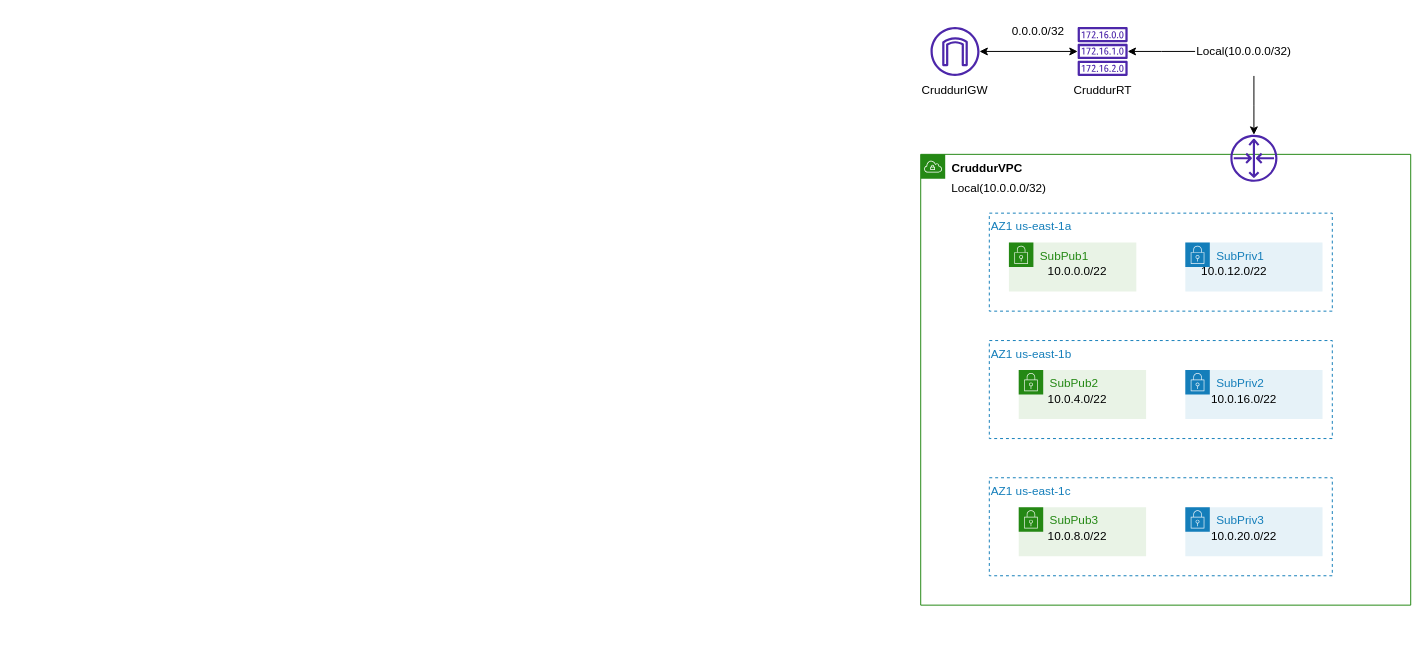
Before: aws/cfn/diagrams/CFN Network Layer.drawio in Rietta1/aws-bootcamp-cruddur-2023, a draw.io diagram. Source tidied: cells renumbered, new cells numbered last; positions are measured from the earlier drawing's top-left corner, leaving out a move shared by most shapes. Both pictures are drawn from the tidied source at 98%, with x=0, y=0 at pixel (906, 17).
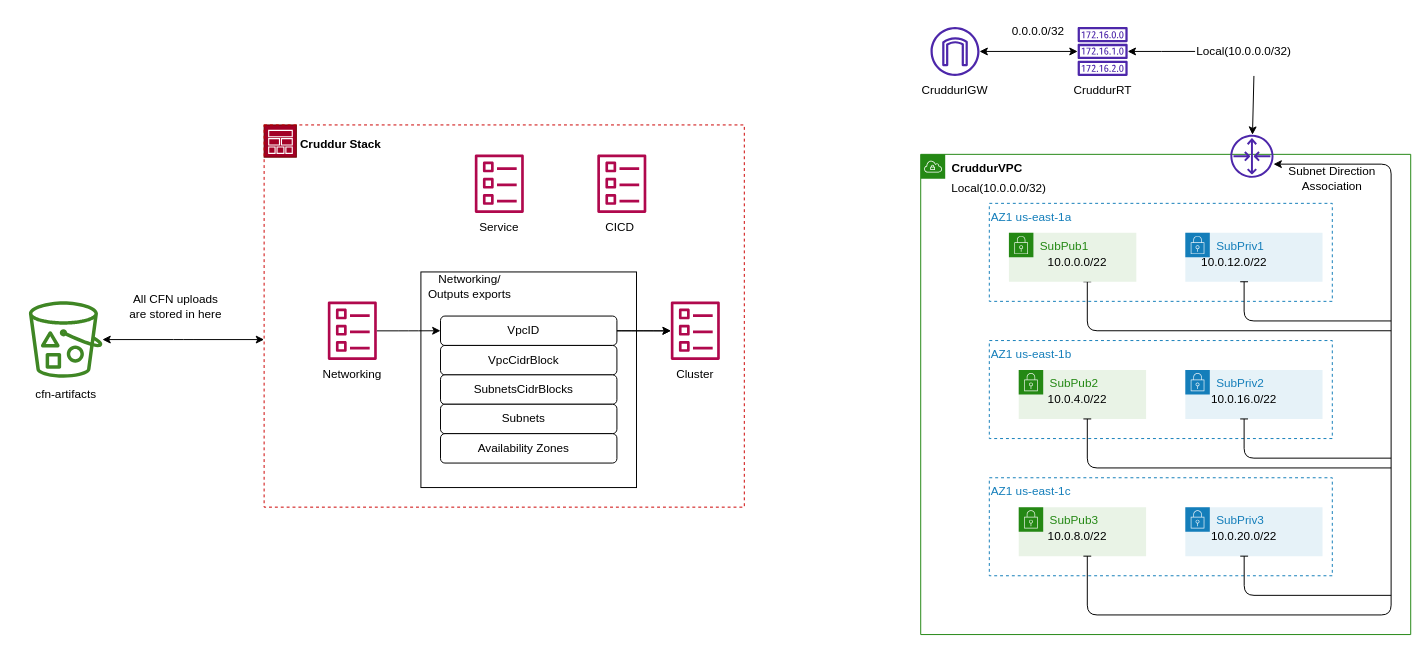
After the change.

Change to the diagram source:
```diff
@@
-    <mxCell id="2" value="AZ1 us-east-1a" style="fillColor=none;strokeColor=#147EBA;dashed=1;verticalAlign=top;fontStyle=0;fontColor=#147EBA;whiteSpace=wrap;html=1;align=left;" parent="1" vertex="1">
-      <mxGeometry x="85" y="200" width="350" height="100" as="geometry" />
-    </mxCell>
-    <mxCell id="3" value="SubPriv1" style="gradientColor=none;html=1;whiteSpace=wrap;fontSize=12;fontStyle=0;shape=mxgraph.aws4.group;grIcon=mxgraph.aws4.group_security_group;grStroke=0;strokeColor=#147EBA;fillColor=#E6F2F8;verticalAlign=top;align=left;spacingLeft=30;fontColor=#147EBA;dashed=0;" parent="1" vertex="1">
-      <mxGeometry x="285" y="230" width="140" height="50" as="geometry" />
-    </mxCell>
-    <mxCell id="4" style="edgeStyle=orthogonalEdgeStyle;rounded=0;orthogonalLoop=1;jettySize=auto;html=1;exitX=0.5;exitY=1;exitDx=0;exitDy=0;" parent="1" edge="1" source="2" target="2">
-      <mxGeometry relative="1" as="geometry" />
-    </mxCell>
+    <mxCell id="32" style="group;" parent="1" vertex="1">
+      <mxGeometry x="-655" y="110" width="490" height="390" as="geometry" />
+    </mxCell>
+    <mxCell id="33" style="group;" parent="32" vertex="1">
+      <mxGeometry width="35" height="39" as="geometry" />
+    </mxCell>
+    <mxCell id="34" style="whiteSpace=wrap;html=1;fillColor=#a20025;fontColor=#ffffff;strokeColor=#6F0000;" parent="33" vertex="1">
+      <mxGeometry width="32.9" height="32.9" as="geometry" />
+    </mxCell>
+    <mxCell id="35" style="sketch=0;dashed=0;verticalLabelPosition=bottom;verticalAlign=top;align=center;html=1;fontSize=12;fontStyle=0;shape=mxgraph.aws4.stack;fillColor=#FFFFFF;fontColor=#ffffff;strokeColor=#6F0000;" parent="33" vertex="1">
+      <mxGeometry x="4" y="4.9" width="25.4" height="24.7" as="geometry" />
+    </mxCell>
+    <mxCell id="36" style="group;" parent="32" vertex="1">
+      <mxGeometry width="490" height="390" as="geometry" />
+    </mxCell>
+    <mxCell id="37" style="fillColor=none;strokeColor=#CC0000;dashed=1;verticalAlign=top;fontStyle=0;fontColor=#5A6C86;whiteSpace=wrap;html=1;" parent="36" vertex="1">
+      <mxGeometry width="490" height="390" as="geometry" />
+    </mxCell>
+    <mxCell id="38" value="&lt;font style=&quot;font-size: 12px;&quot;&gt;&lt;b style=&quot;&quot;&gt;Cruddur Stack&lt;/b&gt;&lt;/font&gt;" style="text;strokeColor=none;align=left;fillColor=none;html=1;verticalAlign=middle;whiteSpace=wrap;rounded=0;" parent="36" vertex="1">
+      <mxGeometry x="35" y="4.9" width="87.5" height="29.2" as="geometry" />
+    </mxCell>
+    <mxCell id="39" style="whiteSpace=wrap;html=1;" parent="36" vertex="1">
+      <mxGeometry x="160" y="150" width="220" height="220" as="geometry" />
+    </mxCell>
+    <mxCell id="40" value="Networking/ Outputs exports" style="text;strokeColor=none;align=center;fillColor=none;html=1;verticalAlign=middle;whiteSpace=wrap;rounded=0;" parent="36" vertex="1">
+      <mxGeometry x="160" y="150" width="100" height="30" as="geometry" />
+    </mxCell>
-    <mxCell id="5" value="&lt;b&gt;&lt;font color=&quot;#000000&quot;&gt;CruddurVPC&lt;/font&gt;&lt;/b&gt;" style="gradientColor=none;html=1;whiteSpace=wrap;fontSize=12;fontStyle=0;shape=mxgraph.aws4.group;grIcon=mxgraph.aws4.group_vpc;strokeColor=#248814;fillColor=none;verticalAlign=top;align=left;spacingLeft=30;fontColor=#AAB7B8;dashed=0;" parent="1" vertex="1">
-      <mxGeometry x="15" y="140" width="500" height="460" as="geometry" />
+    <mxCell id="5" value="&lt;b&gt;&lt;font color=&quot;#000000&quot;&gt;CruddurVPC&lt;/font&gt;&lt;/b&gt;" style="gradientColor=none;html=1;whiteSpace=wrap;fontSize=12;fontStyle=0;shape=mxgraph.aws4.group;grIcon=mxgraph.aws4.group_vpc;strokeColor=#248814;fillColor=none;verticalAlign=top;align=left;spacingLeft=30;fontColor=#AAB7B8;dashed=0;rounded=0;" parent="1" vertex="1">
+      <mxGeometry x="15" y="140" width="500" height="490" as="geometry" />
     </mxCell>
-    <mxCell id="6" value="SubPub1" style="gradientColor=none;html=1;whiteSpace=wrap;fontSize=12;fontStyle=0;shape=mxgraph.aws4.group;grIcon=mxgraph.aws4.group_security_group;grStroke=0;strokeColor=#248814;fillColor=#E9F3E6;verticalAlign=top;align=left;spacingLeft=30;fontColor=#248814;dashed=0;" parent="5" vertex="1">
-      <mxGeometry x="90" y="90" width="130" height="50" as="geometry" />
-    </mxCell>
-    <mxCell id="7" value="10.0.12.0/22" style="text;strokeColor=none;align=center;fillColor=none;html=1;verticalAlign=middle;whiteSpace=wrap;rounded=0;" parent="5" vertex="1">
-      <mxGeometry x="280" y="110" width="80" height="20" as="geometry" />
-    </mxCell>
-    <mxCell id="8" value="AZ1 us-east-1b" style="fillColor=none;strokeColor=#147EBA;dashed=1;verticalAlign=top;fontStyle=0;fontColor=#147EBA;whiteSpace=wrap;html=1;align=left;" parent="5" vertex="1">
+    <mxCell id="8" value="AZ1 us-east-1b" style="fillColor=none;strokeColor=#147EBA;dashed=1;verticalAlign=top;fontStyle=0;fontColor=#147EBA;whiteSpace=wrap;html=1;align=left;rounded=0;" parent="5" vertex="1">
       <mxGeometry x="70" y="190" width="350" height="100" as="geometry" />
     </mxCell>
-    <mxCell id="9" value="SubPriv2" style="gradientColor=none;html=1;whiteSpace=wrap;fontSize=12;fontStyle=0;shape=mxgraph.aws4.group;grIcon=mxgraph.aws4.group_security_group;grStroke=0;strokeColor=#147EBA;fillColor=#E6F2F8;verticalAlign=top;align=left;spacingLeft=30;fontColor=#147EBA;dashed=0;" parent="5" vertex="1">
+    <mxCell id="9" value="SubPriv2" style="gradientColor=none;html=1;whiteSpace=wrap;fontSize=12;fontStyle=0;shape=mxgraph.aws4.group;grIcon=mxgraph.aws4.group_security_group;grStroke=0;strokeColor=#147EBA;fillColor=#E6F2F8;verticalAlign=top;align=left;spacingLeft=30;fontColor=#147EBA;dashed=0;rounded=0;" parent="5" vertex="1">
       <mxGeometry x="270" y="220" width="140" height="50" as="geometry" />
     </mxCell>
@@
-    <mxCell id="11" value="SubPub2" style="gradientColor=none;html=1;whiteSpace=wrap;fontSize=12;fontStyle=0;shape=mxgraph.aws4.group;grIcon=mxgraph.aws4.group_security_group;grStroke=0;strokeColor=#248814;fillColor=#E9F3E6;verticalAlign=top;align=left;spacingLeft=30;fontColor=#248814;dashed=0;" parent="5" vertex="1">
+    <mxCell id="11" value="SubPub2" style="gradientColor=none;html=1;whiteSpace=wrap;fontSize=12;fontStyle=0;shape=mxgraph.aws4.group;grIcon=mxgraph.aws4.group_security_group;grStroke=0;strokeColor=#248814;fillColor=#E9F3E6;verticalAlign=top;align=left;spacingLeft=30;fontColor=#248814;dashed=0;rounded=0;" parent="5" vertex="1">
       <mxGeometry x="100" y="220" width="130" height="50" as="geometry" />
     </mxCell>
@@
+    <mxCell id="41" style="edgeStyle=orthogonalEdgeStyle;orthogonalLoop=1;jettySize=auto;html=1;elbow=vertical;startArrow=baseDash;startFill=0;endArrow=none;endFill=0;" parent="5" edge="1">
+      <mxGeometry relative="1" as="geometry">
+        <mxPoint x="170" y="270" as="sourcePoint" />
+        <mxPoint x="480" y="320" as="targetPoint" />
+        <Array as="points">
+          <mxPoint x="170" y="320" />
+        </Array>
+      </mxGeometry>
+    </mxCell>
@@
-    <mxCell id="14" value="AZ1 us-east-1c" style="fillColor=none;strokeColor=#147EBA;dashed=1;verticalAlign=top;fontStyle=0;fontColor=#147EBA;whiteSpace=wrap;html=1;align=left;" parent="5" vertex="1">
+    <mxCell id="14" value="AZ1 us-east-1c" style="fillColor=none;strokeColor=#147EBA;dashed=1;verticalAlign=top;fontStyle=0;fontColor=#147EBA;whiteSpace=wrap;html=1;align=left;rounded=0;" parent="5" vertex="1">
       <mxGeometry x="70" y="330" width="350" height="100" as="geometry" />
     </mxCell>
-    <mxCell id="15" value="SubPriv3" style="points=[[0,0],[0.25,0],[0.5,0],[0.75,0],[1,0],[1,0.25],[1,0.5],[1,0.75],[1,1],[0.75,1],[0.5,1],[0.25,1],[0,1],[0,0.75],[0,0.5],[0,0.25]];outlineConnect=0;gradientColor=none;html=1;whiteSpace=wrap;fontSize=12;fontStyle=0;shape=mxgraph.aws4.group;grIcon=mxgraph.aws4.group_security_group;grStroke=0;strokeColor=#147EBA;fillColor=#E6F2F8;verticalAlign=top;align=left;spacingLeft=30;fontColor=#147EBA;dashed=0;" parent="5" vertex="1">
+    <mxCell id="15" value="SubPriv3" style="points=[[0,0],[0.25,0],[0.5,0],[0.75,0],[1,0],[1,0.25],[1,0.5],[1,0.75],[1,1],[0.75,1],[0.5,1],[0.25,1],[0,1],[0,0.75],[0,0.5],[0,0.25]];outlineConnect=0;gradientColor=none;html=1;whiteSpace=wrap;fontSize=12;fontStyle=0;shape=mxgraph.aws4.group;grIcon=mxgraph.aws4.group_security_group;grStroke=0;strokeColor=#147EBA;fillColor=#E6F2F8;verticalAlign=top;align=left;spacingLeft=30;fontColor=#147EBA;dashed=0;rounded=0;" parent="5" vertex="1">
       <mxGeometry x="270" y="360" width="140" height="50" as="geometry" />
     </mxCell>
@@
-    <mxCell id="17" value="SubPub3" style="points=[[0,0],[0.25,0],[0.5,0],[0.75,0],[1,0],[1,0.25],[1,0.5],[1,0.75],[1,1],[0.75,1],[0.5,1],[0.25,1],[0,1],[0,0.75],[0,0.5],[0,0.25]];outlineConnect=0;gradientColor=none;html=1;whiteSpace=wrap;fontSize=12;fontStyle=0;shape=mxgraph.aws4.group;grIcon=mxgraph.aws4.group_security_group;grStroke=0;strokeColor=#248814;fillColor=#E9F3E6;verticalAlign=top;align=left;spacingLeft=30;fontColor=#248814;dashed=0;" parent="5" vertex="1">
+    <mxCell id="17" value="SubPub3" style="points=[[0,0],[0.25,0],[0.5,0],[0.75,0],[1,0],[1,0.25],[1,0.5],[1,0.75],[1,1],[0.75,1],[0.5,1],[0.25,1],[0,1],[0,0.75],[0,0.5],[0,0.25]];outlineConnect=0;gradientColor=none;html=1;whiteSpace=wrap;fontSize=12;fontStyle=0;shape=mxgraph.aws4.group;grIcon=mxgraph.aws4.group_security_group;grStroke=0;strokeColor=#248814;fillColor=#E9F3E6;verticalAlign=top;align=left;spacingLeft=30;fontColor=#248814;dashed=0;rounded=0;" parent="5" vertex="1">
       <mxGeometry x="100" y="360" width="130" height="50" as="geometry" />
     </mxCell>
+    <mxCell id="42" style="edgeStyle=orthogonalEdgeStyle;jettySize=auto;html=1;elbow=vertical;exitX=0.429;exitY=1;exitDx=0;exitDy=0;exitPerimeter=0;startArrow=baseDash;startFill=0;endArrow=none;endFill=0;" parent="5" edge="1" source="15">
+      <mxGeometry relative="1" as="geometry">
+        <mxPoint x="480" y="450" as="targetPoint" />
+        <Array as="points">
+          <mxPoint x="330" y="450" />
+          <mxPoint x="480" y="450" />
+        </Array>
+      </mxGeometry>
+    </mxCell>
@@
-    <mxCell id="21" style="edgeStyle=orthogonalEdgeStyle;rounded=0;jettySize=auto;html=1;startArrow=classic;startFill=1;endArrow=none;endFill=0;" parent="5" edge="1" source="22">
+    <mxCell id="21" style="rounded=0;jettySize=auto;html=1;startArrow=classic;startFill=1;endArrow=none;endFill=0;" parent="5" edge="1" source="22">
       <mxGeometry relative="1" as="geometry">
         <mxPoint x="340" y="-80" as="targetPoint" />
       </mxGeometry>
     </mxCell>
+    <mxCell id="43" style="edgeStyle=orthogonalEdgeStyle;jettySize=auto;html=1;elbow=vertical;endArrow=baseDash;endFill=0;startArrow=classic;startFill=1;" parent="5" edge="1" source="22" target="17">
+      <mxGeometry relative="1" as="geometry">
+        <Array as="points">
+          <mxPoint x="480" y="10" />
+          <mxPoint x="480" y="470" />
+          <mxPoint x="170" y="470" />
+        </Array>
+      </mxGeometry>
+    </mxCell>
-    <mxCell id="22" style="sketch=0;outlineConnect=0;fontColor=#232F3E;gradientColor=none;fillColor=#4D27AA;strokeColor=none;dashed=0;verticalLabelPosition=bottom;verticalAlign=top;align=center;html=1;fontSize=12;fontStyle=0;shape=mxgraph.aws4.router;" parent="5" vertex="1">
-      <mxGeometry x="316" y="-20" width="48" height="48" as="geometry" />
+    <mxCell id="22" style="outlineConnect=0;fontColor=#232F3E;gradientColor=none;fillColor=#4D27AA;strokeColor=none;dashed=0;verticalLabelPosition=bottom;verticalAlign=top;align=center;html=1;fontSize=12;fontStyle=0;shape=mxgraph.aws4.router;rounded=0;" parent="5" vertex="1">
+      <mxGeometry x="316" y="-20" width="44" height="44" as="geometry" />
     </mxCell>
+    <mxCell id="44" style="edgeStyle=orthogonalEdgeStyle;orthogonalLoop=1;jettySize=auto;html=1;elbow=vertical;exitX=0.429;exitY=1;exitDx=0;exitDy=0;exitPerimeter=0;startArrow=baseDash;startFill=0;endArrow=none;endFill=0;" parent="5" edge="1">
+      <mxGeometry relative="1" as="geometry">
+        <mxPoint x="330" y="270" as="sourcePoint" />
+        <mxPoint x="480" y="310" as="targetPoint" />
+        <Array as="points">
+          <mxPoint x="330" y="310" />
+        </Array>
+      </mxGeometry>
+    </mxCell>
+    <mxCell id="45" style="edgeStyle=orthogonalEdgeStyle;orthogonalLoop=1;jettySize=auto;html=1;elbow=vertical;startArrow=baseDash;startFill=0;endArrow=none;endFill=0;" parent="5" edge="1">
+      <mxGeometry relative="1" as="geometry">
+        <mxPoint x="170" y="130" as="sourcePoint" />
+        <mxPoint x="480" y="180" as="targetPoint" />
+        <Array as="points">
+          <mxPoint x="170" y="180" />
+        </Array>
+      </mxGeometry>
+    </mxCell>
+    <mxCell id="2" value="AZ1 us-east-1a" style="fillColor=none;strokeColor=#147EBA;dashed=1;verticalAlign=top;fontStyle=0;fontColor=#147EBA;whiteSpace=wrap;html=1;align=left;rounded=0;" parent="5" vertex="1">
+      <mxGeometry x="70" y="50" width="350" height="100" as="geometry" />
+    </mxCell>
+    <mxCell id="3" value="SubPriv1" style="gradientColor=none;html=1;whiteSpace=wrap;fontSize=12;fontStyle=0;shape=mxgraph.aws4.group;grIcon=mxgraph.aws4.group_security_group;grStroke=0;strokeColor=#147EBA;fillColor=#E6F2F8;verticalAlign=top;align=left;spacingLeft=30;fontColor=#147EBA;dashed=0;rounded=0;" parent="5" vertex="1">
+      <mxGeometry x="270" y="80" width="140" height="50" as="geometry" />
+    </mxCell>
+    <mxCell id="4" style="edgeStyle=orthogonalEdgeStyle;rounded=0;orthogonalLoop=1;jettySize=auto;html=1;exitX=0.5;exitY=1;exitDx=0;exitDy=0;" parent="5" edge="1" source="2" target="2">
+      <mxGeometry relative="1" as="geometry" />
+    </mxCell>
+    <mxCell id="6" value="SubPub1" style="gradientColor=none;html=1;whiteSpace=wrap;fontSize=12;fontStyle=0;shape=mxgraph.aws4.group;grIcon=mxgraph.aws4.group_security_group;grStroke=0;strokeColor=#248814;fillColor=#E9F3E6;verticalAlign=top;align=left;spacingLeft=30;fontColor=#248814;dashed=0;rounded=0;" parent="5" vertex="1">
+      <mxGeometry x="90" y="80" width="130" height="50" as="geometry" />
+    </mxCell>
+    <mxCell id="7" value="10.0.12.0/22" style="text;strokeColor=none;align=center;fillColor=none;html=1;verticalAlign=middle;whiteSpace=wrap;rounded=0;" parent="5" vertex="1">
+      <mxGeometry x="280" y="100" width="80" height="20" as="geometry" />
+    </mxCell>
-    <mxCell id="23" value="10.0.0.0/22" style="text;strokeColor=none;align=center;fillColor=none;html=1;verticalAlign=middle;whiteSpace=wrap;rounded=0;" parent="1" vertex="1">
-      <mxGeometry x="135" y="250" width="80" height="20" as="geometry" />
+    <mxCell id="23" value="10.0.0.0/22" style="text;strokeColor=none;align=center;fillColor=none;html=1;verticalAlign=middle;whiteSpace=wrap;rounded=0;" parent="5" vertex="1">
+      <mxGeometry x="120" y="100" width="80" height="20" as="geometry" />
     </mxCell>
+    <mxCell id="46" style="edgeStyle=orthogonalEdgeStyle;orthogonalLoop=1;jettySize=auto;html=1;elbow=vertical;exitX=0.429;exitY=1;exitDx=0;exitDy=0;exitPerimeter=0;startArrow=baseDash;startFill=0;endArrow=none;endFill=0;" parent="5" edge="1">
+      <mxGeometry relative="1" as="geometry">
+        <mxPoint x="330" y="130" as="sourcePoint" />
+        <mxPoint x="480" y="170" as="targetPoint" />
+        <Array as="points">
+          <mxPoint x="330" y="170" />
+        </Array>
+      </mxGeometry>
+    </mxCell>
+    <mxCell id="47" value="Subnet Direction Association" style="text;strokeColor=none;align=center;fillColor=none;html=1;verticalAlign=middle;whiteSpace=wrap;rounded=0;" parent="5" vertex="1">
+      <mxGeometry x="370" y="10" width="100" height="30" as="geometry" />
+    </mxCell>
@@
-    <mxCell id="25" style="sketch=0;outlineConnect=0;fontColor=#232F3E;gradientColor=none;fillColor=#4D27AA;strokeColor=none;dashed=0;verticalLabelPosition=bottom;verticalAlign=top;align=center;html=1;fontSize=12;fontStyle=0;shape=mxgraph.aws4.internet_gateway;" parent="1" vertex="1">
+    <mxCell id="25" style="outlineConnect=0;fontColor=#232F3E;gradientColor=none;fillColor=#4D27AA;strokeColor=none;dashed=0;verticalLabelPosition=bottom;verticalAlign=top;align=center;html=1;fontSize=12;fontStyle=0;shape=mxgraph.aws4.internet_gateway;rounded=0;" parent="1" vertex="1">
       <mxGeometry x="25" y="10" width="50" height="50" as="geometry" />
     </mxCell>
@@
-    <mxCell id="27" style="sketch=0;outlineConnect=0;fontColor=#232F3E;gradientColor=none;fillColor=#4D27AA;strokeColor=none;dashed=0;verticalLabelPosition=bottom;verticalAlign=top;align=center;html=1;fontSize=12;fontStyle=0;shape=mxgraph.aws4.route_table;" parent="1" vertex="1">
+    <mxCell id="27" style="outlineConnect=0;fontColor=#232F3E;gradientColor=none;fillColor=#4D27AA;strokeColor=none;dashed=0;verticalLabelPosition=bottom;verticalAlign=top;align=center;html=1;fontSize=12;fontStyle=0;shape=mxgraph.aws4.route_table;rounded=0;" parent="1" vertex="1">
       <mxGeometry x="175" y="10" width="51.3" height="50" as="geometry" />
     </mxCell>
@@
+    <mxCell id="48" style="sketch=0;fontColor=#232F3E;gradientColor=none;fillColor=#B0084D;strokeColor=none;dashed=0;verticalLabelPosition=bottom;verticalAlign=top;align=center;html=1;fontSize=12;fontStyle=0;shape=mxgraph.aws4.template;" parent="1" vertex="1">
+      <mxGeometry x="-315" y="140" width="50" height="60" as="geometry" />
+    </mxCell>
+    <mxCell id="49" value="CICD&amp;nbsp;" style="text;strokeColor=none;align=center;fillColor=none;html=1;verticalAlign=middle;whiteSpace=wrap;rounded=0;" parent="1" vertex="1">
+      <mxGeometry x="-340" y="200" width="100" height="30" as="geometry" />
+    </mxCell>
+    <mxCell id="50" style="sketch=0;fontColor=#232F3E;gradientColor=none;fillColor=#B0084D;strokeColor=none;dashed=0;verticalLabelPosition=bottom;verticalAlign=top;align=center;html=1;fontSize=12;fontStyle=0;shape=mxgraph.aws4.template;" parent="1" vertex="1">
+      <mxGeometry x="-440" y="140" width="50" height="60" as="geometry" />
+    </mxCell>
+    <mxCell id="51" value="Service" style="text;strokeColor=none;align=center;fillColor=none;html=1;verticalAlign=middle;whiteSpace=wrap;rounded=0;" parent="1" vertex="1">
+      <mxGeometry x="-465" y="200" width="100" height="30" as="geometry" />
+    </mxCell>
+    <mxCell id="52" style="edgeStyle=orthogonalEdgeStyle;jettySize=auto;html=1;elbow=vertical;startArrow=classic;startFill=1;" parent="1" edge="1" source="53" target="60">
+      <mxGeometry relative="1" as="geometry" />
+    </mxCell>
+    <mxCell id="53" style="sketch=0;outlineConnect=0;fontColor=#232F3E;gradientColor=none;fillColor=#B0084D;strokeColor=none;dashed=0;verticalLabelPosition=bottom;verticalAlign=top;align=center;html=1;fontSize=12;fontStyle=0;shape=mxgraph.aws4.template;" parent="1" vertex="1">
+      <mxGeometry x="-240" y="290" width="50" height="60" as="geometry" />
+    </mxCell>
+    <mxCell id="54" value="Cluster" style="text;strokeColor=none;align=center;fillColor=none;html=1;verticalAlign=middle;whiteSpace=wrap;rounded=0;" parent="1" vertex="1">
+      <mxGeometry x="-265" y="350" width="100" height="30" as="geometry" />
+    </mxCell>
+    <mxCell id="55" style="edgeStyle=orthogonalEdgeStyle;jettySize=auto;html=1;elbow=vertical;startArrow=none;startFill=0;endArrow=classic;endFill=1;entryX=0;entryY=0.5;entryDx=0;entryDy=0;" parent="1" edge="1" source="56" target="59">
+      <mxGeometry relative="1" as="geometry" />
+    </mxCell>
+    <mxCell id="56" style="sketch=0;outlineConnect=0;fontColor=#232F3E;gradientColor=none;fillColor=#B0084D;strokeColor=none;dashed=0;verticalLabelPosition=bottom;verticalAlign=top;align=center;html=1;fontSize=12;fontStyle=0;shape=mxgraph.aws4.template;" parent="1" vertex="1">
+      <mxGeometry x="-590" y="290" width="50" height="60" as="geometry" />
+    </mxCell>
+    <mxCell id="57" value="Networking" style="text;strokeColor=none;align=center;fillColor=none;html=1;verticalAlign=middle;whiteSpace=wrap;rounded=0;" parent="1" vertex="1">
+      <mxGeometry x="-615" y="350" width="100" height="30" as="geometry" />
+    </mxCell>
+    <mxCell id="58" style="edgeStyle=orthogonalEdgeStyle;jettySize=auto;html=1;elbow=vertical;startArrow=none;startFill=0;" parent="1" edge="1" source="59" target="53">
+      <mxGeometry relative="1" as="geometry" />
+    </mxCell>
+    <mxCell id="59" style="rounded=1;whiteSpace=wrap;html=1;" parent="1" vertex="1">
+      <mxGeometry x="-475" y="305" width="180" height="30" as="geometry" />
+    </mxCell>
+    <mxCell id="60" value="VpcID" style="text;strokeColor=none;align=center;fillColor=none;html=1;verticalAlign=middle;whiteSpace=wrap;rounded=0;" parent="1" vertex="1">
+      <mxGeometry x="-440" y="305" width="100" height="30" as="geometry" />
+    </mxCell>
+    <mxCell id="61" style="rounded=1;whiteSpace=wrap;html=1;" parent="1" vertex="1">
+      <mxGeometry x="-475" y="335" width="180" height="30" as="geometry" />
+    </mxCell>
+    <mxCell id="62" value="VpcCidrBlock" style="text;strokeColor=none;align=center;fillColor=none;html=1;verticalAlign=middle;whiteSpace=wrap;rounded=0;" parent="1" vertex="1">
+      <mxGeometry x="-440" y="335" width="100" height="30" as="geometry" />
+    </mxCell>
+    <mxCell id="63" style="rounded=1;whiteSpace=wrap;html=1;" parent="1" vertex="1">
+      <mxGeometry x="-475" y="365" width="180" height="30" as="geometry" />
+    </mxCell>
+    <mxCell id="64" value="SubnetsCidrBlocks" style="text;strokeColor=none;align=center;fillColor=none;html=1;verticalAlign=middle;whiteSpace=wrap;rounded=0;" parent="1" vertex="1">
+      <mxGeometry x="-440" y="365" width="100" height="30" as="geometry" />
+    </mxCell>
+    <mxCell id="65" style="rounded=1;whiteSpace=wrap;html=1;" parent="1" vertex="1">
+      <mxGeometry x="-475" y="395" width="180" height="30" as="geometry" />
+    </mxCell>
+    <mxCell id="66" value="Subnets" style="text;strokeColor=none;align=center;fillColor=none;html=1;verticalAlign=middle;whiteSpace=wrap;rounded=0;" parent="1" vertex="1">
+      <mxGeometry x="-440" y="395" width="100" height="30" as="geometry" />
+    </mxCell>
+    <mxCell id="67" style="rounded=1;whiteSpace=wrap;html=1;" parent="1" vertex="1">
+      <mxGeometry x="-475" y="425" width="180" height="30" as="geometry" />
+    </mxCell>
+    <mxCell id="68" value="Availability Zones" style="text;strokeColor=none;align=center;fillColor=none;html=1;verticalAlign=middle;whiteSpace=wrap;rounded=0;" parent="1" vertex="1">
+      <mxGeometry x="-440" y="425" width="100" height="30" as="geometry" />
+    </mxCell>
+    <mxCell id="69" style="edgeStyle=orthogonalEdgeStyle;jettySize=auto;html=1;elbow=vertical;startArrow=classic;startFill=1;" parent="1" edge="1" source="70">
+      <mxGeometry relative="1" as="geometry">
+        <mxPoint x="-655" y="329" as="targetPoint" />
+      </mxGeometry>
+    </mxCell>
+    <mxCell id="70" style="sketch=0;outlineConnect=0;fontColor=#232F3E;gradientColor=none;fillColor=#3F8624;strokeColor=none;dashed=0;verticalLabelPosition=bottom;verticalAlign=top;align=center;html=1;fontSize=12;fontStyle=0;shape=mxgraph.aws4.bucket_with_objects;" parent="1" vertex="1">
+      <mxGeometry x="-895" y="290" width="75" height="78" as="geometry" />
+    </mxCell>
+    <mxCell id="71" value="cfn-artifacts" style="text;strokeColor=none;align=center;fillColor=none;html=1;verticalAlign=middle;whiteSpace=wrap;rounded=0;" parent="1" vertex="1">
+      <mxGeometry x="-907.5" y="370" width="100" height="30" as="geometry" />
+    </mxCell>
+    <mxCell id="72" value="All CFN uploads are stored in here" style="text;strokeColor=none;align=center;fillColor=none;html=1;verticalAlign=middle;whiteSpace=wrap;rounded=0;" parent="1" vertex="1">
+      <mxGeometry x="-795" y="280" width="100" height="30" as="geometry" />
+    </mxCell>
```
